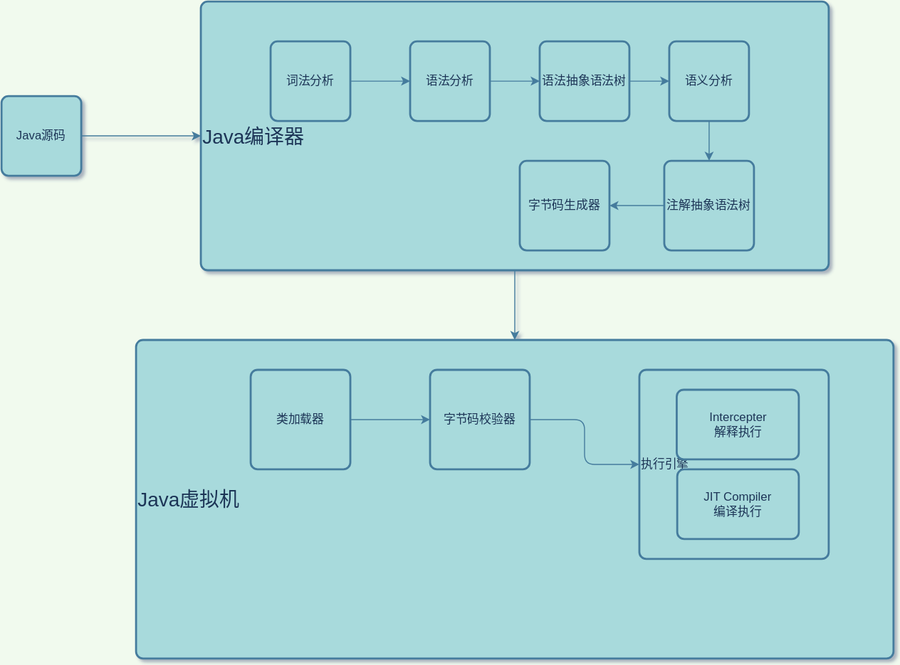
Jinhua-Lee/Learning keeps this draw.io diagram as src/main/resources/Java代码执行流程.svg. Above is the earlier version. Source tidied: cells renumbered, new cells last; positions are measured from the earlier drawing's top-left corner, leaving out a move shared by most shapes. Its diagram source:
```xml
<mxGraphModel background="#F1FAEE" shadow="1">
  <root>
    <mxCell id="0" />
    <mxCell id="1" parent="0" />
    <mxCell id="2" style="edgeStyle=orthogonalEdgeStyle;rounded=1;jettySize=auto;html=1;strokeColor=#457B9D;fontColor=#1D3557;labelBackgroundColor=#F1FAEE;" parent="1" edge="1" source="3" target="6">
      <mxGeometry relative="1" as="geometry" />
    </mxCell>
    <mxCell id="3" value="Java源码" style="rounded=1;whiteSpace=wrap;html=1;absoluteArcSize=1;arcSize=14;strokeWidth=2;fillColor=#A8DADC;strokeColor=#457B9D;fontColor=#1D3557;" parent="1" vertex="1">
      <mxGeometry y="95" width="80" height="80" as="geometry" />
    </mxCell>
    <mxCell id="4" style="edgeStyle=orthogonalEdgeStyle;rounded=1;orthogonalLoop=1;jettySize=auto;html=1;exitX=0.5;exitY=1;exitDx=0;exitDy=0;entryX=0.5;entryY=1;entryDx=0;entryDy=0;entryPerimeter=0;strokeColor=#457B9D;fontColor=#1D3557;labelBackgroundColor=#F1FAEE;" parent="1" edge="1" source="6" target="6">
      <mxGeometry relative="1" as="geometry" />
    </mxCell>
    <mxCell id="5" style="edgeStyle=orthogonalEdgeStyle;rounded=1;jettySize=auto;html=1;exitX=0.5;exitY=1;exitDx=0;exitDy=0;strokeColor=#457B9D;fontColor=#1D3557;labelBackgroundColor=#F1FAEE;" parent="1" edge="1" source="6" target="18">
      <mxGeometry relative="1" as="geometry" />
    </mxCell>
    <mxCell id="6" value="&lt;h4&gt;&lt;span style=&quot;font-size: 20px ; font-weight: normal&quot;&gt;Java编译器&lt;/span&gt;&lt;br&gt;&lt;/h4&gt;" style="rounded=1;whiteSpace=wrap;html=1;absoluteArcSize=1;arcSize=14;strokeWidth=2;align=left;fillColor=#A8DADC;strokeColor=#457B9D;fontColor=#1D3557;" parent="1" vertex="1">
      <mxGeometry x="200" width="630" height="270" as="geometry" />
    </mxCell>
    <mxCell id="7" style="edgeStyle=orthogonalEdgeStyle;rounded=1;jettySize=auto;html=1;exitX=1;exitY=0.5;exitDx=0;exitDy=0;entryX=0;entryY=0.5;entryDx=0;entryDy=0;strokeColor=#457B9D;fontColor=#1D3557;labelBackgroundColor=#F1FAEE;" parent="1" edge="1" source="8" target="10">
      <mxGeometry relative="1" as="geometry" />
    </mxCell>
    <mxCell id="8" value="词法分析" style="rounded=1;whiteSpace=wrap;html=1;absoluteArcSize=1;arcSize=14;strokeWidth=2;fillColor=#A8DADC;strokeColor=#457B9D;fontColor=#1D3557;" parent="1" vertex="1">
      <mxGeometry x="270" y="40" width="80" height="80" as="geometry" />
    </mxCell>
    <mxCell id="9" style="edgeStyle=orthogonalEdgeStyle;rounded=1;jettySize=auto;html=1;strokeColor=#457B9D;fontColor=#1D3557;labelBackgroundColor=#F1FAEE;" parent="1" edge="1" source="10" target="12">
      <mxGeometry relative="1" as="geometry" />
    </mxCell>
    <mxCell id="10" value="语法分析" style="rounded=1;whiteSpace=wrap;html=1;absoluteArcSize=1;arcSize=14;strokeWidth=2;fillColor=#A8DADC;strokeColor=#457B9D;fontColor=#1D3557;" parent="1" vertex="1">
      <mxGeometry x="410" y="40" width="80" height="80" as="geometry" />
    </mxCell>
    <mxCell id="11" style="edgeStyle=orthogonalEdgeStyle;rounded=1;jettySize=auto;html=1;strokeColor=#457B9D;fontColor=#1D3557;labelBackgroundColor=#F1FAEE;" parent="1" edge="1" source="12" target="14">
      <mxGeometry relative="1" as="geometry" />
    </mxCell>
    <mxCell id="12" value="语法抽象语法树" style="rounded=1;whiteSpace=wrap;html=1;absoluteArcSize=1;arcSize=14;strokeWidth=2;fillColor=#A8DADC;strokeColor=#457B9D;fontColor=#1D3557;" parent="1" vertex="1">
      <mxGeometry x="540" y="40" width="90" height="80" as="geometry" />
    </mxCell>
    <mxCell id="13" style="edgeStyle=orthogonalEdgeStyle;rounded=1;jettySize=auto;html=1;exitX=0.5;exitY=1;exitDx=0;exitDy=0;strokeColor=#457B9D;fontColor=#1D3557;labelBackgroundColor=#F1FAEE;" parent="1" edge="1" source="14" target="16">
      <mxGeometry relative="1" as="geometry" />
    </mxCell>
    <mxCell id="14" value="语义分析" style="rounded=1;whiteSpace=wrap;html=1;absoluteArcSize=1;arcSize=14;strokeWidth=2;fillColor=#A8DADC;strokeColor=#457B9D;fontColor=#1D3557;" parent="1" vertex="1">
      <mxGeometry x="670" y="40" width="80" height="80" as="geometry" />
    </mxCell>
    <mxCell id="15" style="edgeStyle=orthogonalEdgeStyle;rounded=1;jettySize=auto;html=1;exitX=0;exitY=0.5;exitDx=0;exitDy=0;entryX=1;entryY=0.5;entryDx=0;entryDy=0;strokeColor=#457B9D;fontColor=#1D3557;labelBackgroundColor=#F1FAEE;" parent="1" edge="1" source="16" target="17">
      <mxGeometry relative="1" as="geometry" />
    </mxCell>
    <mxCell id="16" value="注解抽象语法树" style="rounded=1;whiteSpace=wrap;html=1;absoluteArcSize=1;arcSize=14;strokeWidth=2;fillColor=#A8DADC;strokeColor=#457B9D;fontColor=#1D3557;" parent="1" vertex="1">
      <mxGeometry x="665" y="160" width="90" height="90" as="geometry" />
    </mxCell>
    <mxCell id="17" value="字节码生成器" style="rounded=1;whiteSpace=wrap;html=1;absoluteArcSize=1;arcSize=14;strokeWidth=2;fillColor=#A8DADC;strokeColor=#457B9D;fontColor=#1D3557;" parent="1" vertex="1">
      <mxGeometry x="520" y="160" width="90" height="90" as="geometry" />
    </mxCell>
    <mxCell id="18" value="&lt;font style=&quot;font-size: 20px&quot;&gt;Java虚拟机&lt;/font&gt;" style="rounded=1;whiteSpace=wrap;html=1;absoluteArcSize=1;arcSize=14;strokeWidth=2;align=left;fillColor=#A8DADC;strokeColor=#457B9D;fontColor=#1D3557;" parent="1" vertex="1">
      <mxGeometry x="135" y="340" width="760" height="320" as="geometry" />
    </mxCell>
    <mxCell id="19" style="edgeStyle=orthogonalEdgeStyle;rounded=1;jettySize=auto;html=1;exitX=1;exitY=0.5;exitDx=0;exitDy=0;entryX=0;entryY=0.5;entryDx=0;entryDy=0;strokeColor=#457B9D;fontColor=#1D3557;labelBackgroundColor=#F1FAEE;" parent="1" edge="1" source="20" target="22">
      <mxGeometry relative="1" as="geometry" />
    </mxCell>
    <mxCell id="20" value="类加载器" style="rounded=1;whiteSpace=wrap;html=1;absoluteArcSize=1;arcSize=14;strokeWidth=2;fillColor=#A8DADC;strokeColor=#457B9D;fontColor=#1D3557;" parent="1" vertex="1">
      <mxGeometry x="250" y="370" width="100" height="100" as="geometry" />
    </mxCell>
    <mxCell id="21" style="edgeStyle=orthogonalEdgeStyle;rounded=1;jettySize=auto;html=1;exitX=1;exitY=0.5;exitDx=0;exitDy=0;strokeColor=#457B9D;fontColor=#1D3557;labelBackgroundColor=#F1FAEE;" parent="1" edge="1" source="22" target="23">
      <mxGeometry relative="1" as="geometry" />
    </mxCell>
    <mxCell id="22" value="字节码校验器" style="rounded=1;whiteSpace=wrap;html=1;absoluteArcSize=1;arcSize=14;strokeWidth=2;fillColor=#A8DADC;strokeColor=#457B9D;fontColor=#1D3557;" parent="1" vertex="1">
      <mxGeometry x="430" y="370" width="100" height="100" as="geometry" />
    </mxCell>
    <mxCell id="23" value="执行引擎" style="rounded=1;whiteSpace=wrap;html=1;absoluteArcSize=1;arcSize=14;strokeWidth=2;fillColor=#A8DADC;strokeColor=#457B9D;fontColor=#1D3557;align=left;" parent="1" vertex="1">
      <mxGeometry x="640" y="370" width="190" height="190" as="geometry" />
    </mxCell>
    <mxCell id="24" value="Intercepter&lt;br&gt;解释执行" style="rounded=1;whiteSpace=wrap;html=1;absoluteArcSize=1;arcSize=14;strokeWidth=2;fillColor=#A8DADC;strokeColor=#457B9D;fontColor=#1D3557;" parent="1" vertex="1">
      <mxGeometry x="677.5" y="390" width="122.5" height="70" as="geometry" />
    </mxCell>
    <mxCell id="25" value="JIT Compiler&lt;br&gt;编译执行" style="rounded=1;whiteSpace=wrap;html=1;absoluteArcSize=1;arcSize=14;strokeWidth=2;fillColor=#A8DADC;strokeColor=#457B9D;fontColor=#1D3557;" parent="1" vertex="1">
      <mxGeometry x="678" y="470" width="122" height="70" as="geometry" />
    </mxCell>
  </root>
</mxGraphModel>
```
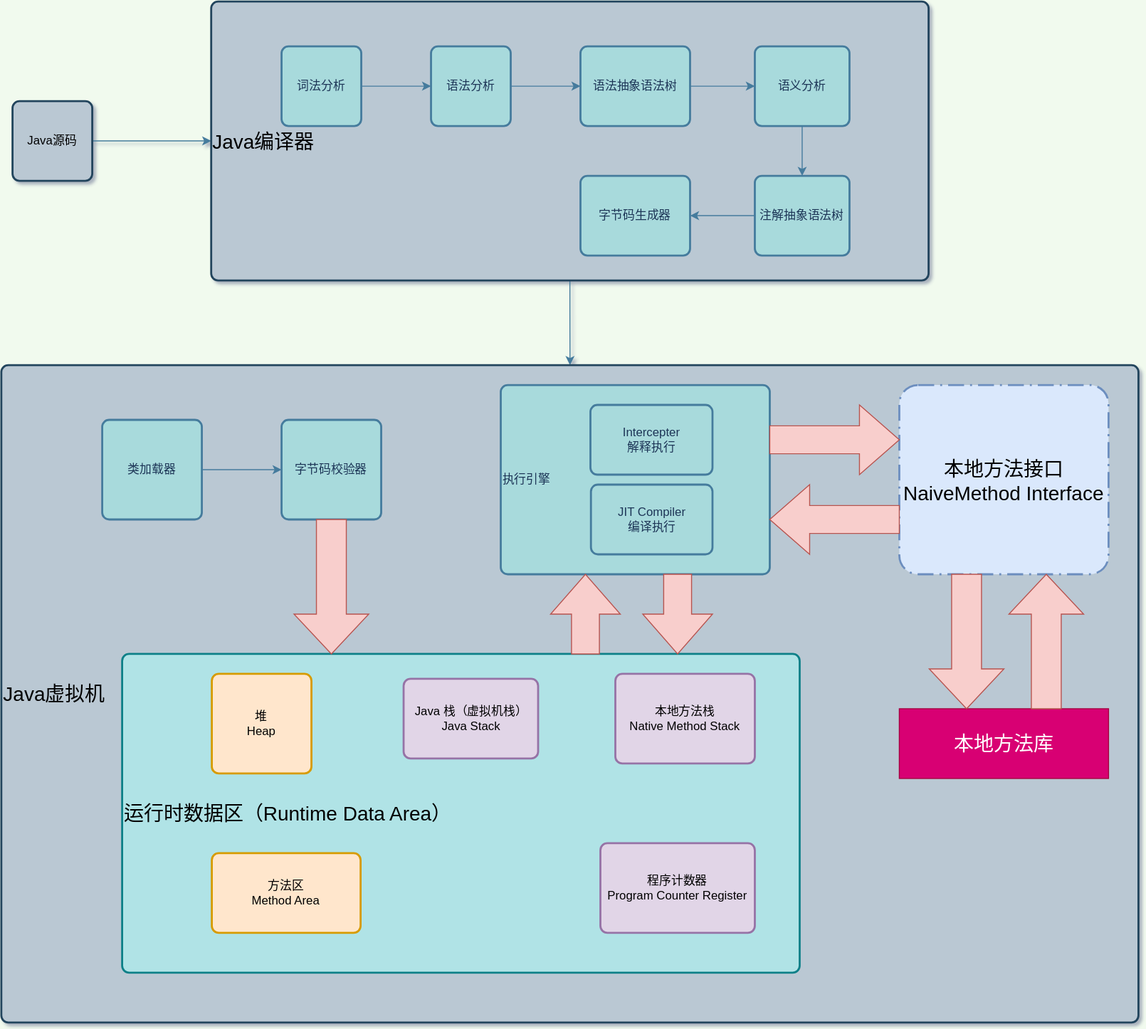
After the commit.

Commit message:
增加运行时数据区的描述；

The edit, as a diff of the source:
```diff
@@ -5,8 +5,8 @@
     <mxCell id="2" style="edgeStyle=orthogonalEdgeStyle;rounded=1;jettySize=auto;html=1;strokeColor=#457B9D;fontColor=#1D3557;labelBackgroundColor=#F1FAEE;" parent="1" edge="1" source="3" target="6">
       <mxGeometry relative="1" as="geometry" />
     </mxCell>
-    <mxCell id="3" value="Java源码" style="rounded=1;whiteSpace=wrap;html=1;absoluteArcSize=1;arcSize=14;strokeWidth=2;fillColor=#A8DADC;strokeColor=#457B9D;fontColor=#1D3557;" parent="1" vertex="1">
-      <mxGeometry y="95" width="80" height="80" as="geometry" />
+    <mxCell id="3" value="Java源码" style="rounded=1;whiteSpace=wrap;html=1;absoluteArcSize=1;arcSize=14;strokeWidth=2;fillColor=#bac8d3;strokeColor=#23445d;" parent="1" vertex="1">
+      <mxGeometry x="-1400" y="-595" width="80" height="80" as="geometry" />
     </mxCell>
     <mxCell id="4" style="edgeStyle=orthogonalEdgeStyle;rounded=1;orthogonalLoop=1;jettySize=auto;html=1;exitX=0.5;exitY=1;exitDx=0;exitDy=0;entryX=0.5;entryY=1;entryDx=0;entryDy=0;entryPerimeter=0;strokeColor=#457B9D;fontColor=#1D3557;labelBackgroundColor=#F1FAEE;" parent="1" edge="1" source="6" target="6">
       <mxGeometry relative="1" as="geometry" />
@@ -14,65 +14,107 @@
     <mxCell id="5" style="edgeStyle=orthogonalEdgeStyle;rounded=1;jettySize=auto;html=1;exitX=0.5;exitY=1;exitDx=0;exitDy=0;strokeColor=#457B9D;fontColor=#1D3557;labelBackgroundColor=#F1FAEE;" parent="1" edge="1" source="6" target="18">
       <mxGeometry relative="1" as="geometry" />
     </mxCell>
-    <mxCell id="6" value="&lt;h4&gt;&lt;span style=&quot;font-size: 20px ; font-weight: normal&quot;&gt;Java编译器&lt;/span&gt;&lt;br&gt;&lt;/h4&gt;" style="rounded=1;whiteSpace=wrap;html=1;absoluteArcSize=1;arcSize=14;strokeWidth=2;align=left;fillColor=#A8DADC;strokeColor=#457B9D;fontColor=#1D3557;" parent="1" vertex="1">
-      <mxGeometry x="200" width="630" height="270" as="geometry" />
+    <mxCell id="6" value="&lt;h4&gt;&lt;span style=&quot;font-size: 20px ; font-weight: normal&quot;&gt;Java编译器&lt;/span&gt;&lt;br&gt;&lt;/h4&gt;" style="rounded=1;whiteSpace=wrap;html=1;absoluteArcSize=1;arcSize=14;strokeWidth=2;align=left;fillColor=#bac8d3;strokeColor=#23445d;" parent="1" vertex="1">
+      <mxGeometry x="-1200.6" y="-695" width="720" height="280" as="geometry" />
     </mxCell>
     <mxCell id="7" style="edgeStyle=orthogonalEdgeStyle;rounded=1;jettySize=auto;html=1;exitX=1;exitY=0.5;exitDx=0;exitDy=0;entryX=0;entryY=0.5;entryDx=0;entryDy=0;strokeColor=#457B9D;fontColor=#1D3557;labelBackgroundColor=#F1FAEE;" parent="1" edge="1" source="8" target="10">
       <mxGeometry relative="1" as="geometry" />
     </mxCell>
     <mxCell id="8" value="词法分析" style="rounded=1;whiteSpace=wrap;html=1;absoluteArcSize=1;arcSize=14;strokeWidth=2;fillColor=#A8DADC;strokeColor=#457B9D;fontColor=#1D3557;" parent="1" vertex="1">
-      <mxGeometry x="270" y="40" width="80" height="80" as="geometry" />
+      <mxGeometry x="-1130" y="-650" width="80" height="80" as="geometry" />
     </mxCell>
     <mxCell id="9" style="edgeStyle=orthogonalEdgeStyle;rounded=1;jettySize=auto;html=1;strokeColor=#457B9D;fontColor=#1D3557;labelBackgroundColor=#F1FAEE;" parent="1" edge="1" source="10" target="12">
       <mxGeometry relative="1" as="geometry" />
     </mxCell>
     <mxCell id="10" value="语法分析" style="rounded=1;whiteSpace=wrap;html=1;absoluteArcSize=1;arcSize=14;strokeWidth=2;fillColor=#A8DADC;strokeColor=#457B9D;fontColor=#1D3557;" parent="1" vertex="1">
-      <mxGeometry x="410" y="40" width="80" height="80" as="geometry" />
+      <mxGeometry x="-980" y="-650" width="80" height="80" as="geometry" />
     </mxCell>
     <mxCell id="11" style="edgeStyle=orthogonalEdgeStyle;rounded=1;jettySize=auto;html=1;strokeColor=#457B9D;fontColor=#1D3557;labelBackgroundColor=#F1FAEE;" parent="1" edge="1" source="12" target="14">
       <mxGeometry relative="1" as="geometry" />
     </mxCell>
     <mxCell id="12" value="语法抽象语法树" style="rounded=1;whiteSpace=wrap;html=1;absoluteArcSize=1;arcSize=14;strokeWidth=2;fillColor=#A8DADC;strokeColor=#457B9D;fontColor=#1D3557;" parent="1" vertex="1">
-      <mxGeometry x="540" y="40" width="90" height="80" as="geometry" />
+      <mxGeometry x="-830" y="-650" width="110" height="80" as="geometry" />
     </mxCell>
     <mxCell id="13" style="edgeStyle=orthogonalEdgeStyle;rounded=1;jettySize=auto;html=1;exitX=0.5;exitY=1;exitDx=0;exitDy=0;strokeColor=#457B9D;fontColor=#1D3557;labelBackgroundColor=#F1FAEE;" parent="1" edge="1" source="14" target="16">
       <mxGeometry relative="1" as="geometry" />
     </mxCell>
     <mxCell id="14" value="语义分析" style="rounded=1;whiteSpace=wrap;html=1;absoluteArcSize=1;arcSize=14;strokeWidth=2;fillColor=#A8DADC;strokeColor=#457B9D;fontColor=#1D3557;" parent="1" vertex="1">
-      <mxGeometry x="670" y="40" width="80" height="80" as="geometry" />
+      <mxGeometry x="-655" y="-650" width="95" height="80" as="geometry" />
     </mxCell>
     <mxCell id="15" style="edgeStyle=orthogonalEdgeStyle;rounded=1;jettySize=auto;html=1;exitX=0;exitY=0.5;exitDx=0;exitDy=0;entryX=1;entryY=0.5;entryDx=0;entryDy=0;strokeColor=#457B9D;fontColor=#1D3557;labelBackgroundColor=#F1FAEE;" parent="1" edge="1" source="16" target="17">
       <mxGeometry relative="1" as="geometry" />
     </mxCell>
     <mxCell id="16" value="注解抽象语法树" style="rounded=1;whiteSpace=wrap;html=1;absoluteArcSize=1;arcSize=14;strokeWidth=2;fillColor=#A8DADC;strokeColor=#457B9D;fontColor=#1D3557;" parent="1" vertex="1">
-      <mxGeometry x="665" y="160" width="90" height="90" as="geometry" />
+      <mxGeometry x="-655" y="-520" width="95" height="80" as="geometry" />
     </mxCell>
     <mxCell id="17" value="字节码生成器" style="rounded=1;whiteSpace=wrap;html=1;absoluteArcSize=1;arcSize=14;strokeWidth=2;fillColor=#A8DADC;strokeColor=#457B9D;fontColor=#1D3557;" parent="1" vertex="1">
-      <mxGeometry x="520" y="160" width="90" height="90" as="geometry" />
+      <mxGeometry x="-830" y="-520" width="110" height="80" as="geometry" />
     </mxCell>
-    <mxCell id="18" value="&lt;font style=&quot;font-size: 20px&quot;&gt;Java虚拟机&lt;/font&gt;" style="rounded=1;whiteSpace=wrap;html=1;absoluteArcSize=1;arcSize=14;strokeWidth=2;align=left;fillColor=#A8DADC;strokeColor=#457B9D;fontColor=#1D3557;" parent="1" vertex="1">
-      <mxGeometry x="135" y="340" width="760" height="320" as="geometry" />
+    <mxCell id="18" value="&lt;font style=&quot;font-size: 20px&quot;&gt;Java虚拟机&lt;/font&gt;" style="rounded=1;whiteSpace=wrap;html=1;absoluteArcSize=1;arcSize=14;strokeWidth=2;align=left;fillColor=#bac8d3;strokeColor=#23445d;" parent="1" vertex="1">
+      <mxGeometry x="-1411.2" y="-330" width="1141.2" height="660" as="geometry" />
     </mxCell>
     <mxCell id="19" style="edgeStyle=orthogonalEdgeStyle;rounded=1;jettySize=auto;html=1;exitX=1;exitY=0.5;exitDx=0;exitDy=0;entryX=0;entryY=0.5;entryDx=0;entryDy=0;strokeColor=#457B9D;fontColor=#1D3557;labelBackgroundColor=#F1FAEE;" parent="1" edge="1" source="20" target="22">
       <mxGeometry relative="1" as="geometry" />
     </mxCell>
     <mxCell id="20" value="类加载器" style="rounded=1;whiteSpace=wrap;html=1;absoluteArcSize=1;arcSize=14;strokeWidth=2;fillColor=#A8DADC;strokeColor=#457B9D;fontColor=#1D3557;" parent="1" vertex="1">
-      <mxGeometry x="250" y="370" width="100" height="100" as="geometry" />
+      <mxGeometry x="-1310" y="-275" width="100" height="100" as="geometry" />
     </mxCell>
-    <mxCell id="21" style="edgeStyle=orthogonalEdgeStyle;rounded=1;jettySize=auto;html=1;exitX=1;exitY=0.5;exitDx=0;exitDy=0;strokeColor=#457B9D;fontColor=#1D3557;labelBackgroundColor=#F1FAEE;" parent="1" edge="1" source="22" target="23">
-      <mxGeometry relative="1" as="geometry" />
-    </mxCell>
     <mxCell id="22" value="字节码校验器" style="rounded=1;whiteSpace=wrap;html=1;absoluteArcSize=1;arcSize=14;strokeWidth=2;fillColor=#A8DADC;strokeColor=#457B9D;fontColor=#1D3557;" parent="1" vertex="1">
-      <mxGeometry x="430" y="370" width="100" height="100" as="geometry" />
+      <mxGeometry x="-1130" y="-275" width="100" height="100" as="geometry" />
     </mxCell>
     <mxCell id="23" value="执行引擎" style="rounded=1;whiteSpace=wrap;html=1;absoluteArcSize=1;arcSize=14;strokeWidth=2;fillColor=#A8DADC;strokeColor=#457B9D;fontColor=#1D3557;align=left;" parent="1" vertex="1">
-      <mxGeometry x="640" y="370" width="190" height="190" as="geometry" />
+      <mxGeometry x="-910" y="-310" width="270" height="190" as="geometry" />
     </mxCell>
     <mxCell id="24" value="Intercepter&lt;br&gt;解释执行" style="rounded=1;whiteSpace=wrap;html=1;absoluteArcSize=1;arcSize=14;strokeWidth=2;fillColor=#A8DADC;strokeColor=#457B9D;fontColor=#1D3557;" parent="1" vertex="1">
-      <mxGeometry x="677.5" y="390" width="122.5" height="70" as="geometry" />
+      <mxGeometry x="-820" y="-290" width="122.5" height="70" as="geometry" />
     </mxCell>
     <mxCell id="25" value="JIT Compiler&lt;br&gt;编译执行" style="rounded=1;whiteSpace=wrap;html=1;absoluteArcSize=1;arcSize=14;strokeWidth=2;fillColor=#A8DADC;strokeColor=#457B9D;fontColor=#1D3557;" parent="1" vertex="1">
-      <mxGeometry x="678" y="470" width="122" height="70" as="geometry" />
+      <mxGeometry x="-819.5" y="-210" width="122" height="70" as="geometry" />
     </mxCell>
+    <mxCell id="26" value="&lt;font style=&quot;font-size: 20px&quot;&gt;运行时数据区（Runtime Data Area）&lt;/font&gt;" style="rounded=1;whiteSpace=wrap;html=1;absoluteArcSize=1;arcSize=14;strokeWidth=2;fillColor=#b0e3e6;strokeColor=#0e8088;align=left;" parent="1" vertex="1">
+      <mxGeometry x="-1290" y="-40" width="680" height="320" as="geometry" />
+    </mxCell>
+    <mxCell id="27" value="本地方法栈&lt;br&gt;Native Method Stack" style="rounded=1;whiteSpace=wrap;html=1;absoluteArcSize=1;arcSize=14;strokeWidth=2;sketch=0;fillColor=#e1d5e7;strokeColor=#9673a6;" parent="1" vertex="1">
+      <mxGeometry x="-795" y="-20" width="140" height="90" as="geometry" />
+    </mxCell>
+    <mxCell id="28" value="程序计数器&lt;br&gt;Program Counter Register" style="rounded=1;whiteSpace=wrap;html=1;absoluteArcSize=1;arcSize=14;strokeWidth=2;sketch=0;fillColor=#e1d5e7;strokeColor=#9673a6;" parent="1" vertex="1">
+      <mxGeometry x="-810" y="150" width="155" height="90" as="geometry" />
+    </mxCell>
+    <mxCell id="29" value="Java 栈（虚拟机栈）&lt;br&gt;Java Stack" style="rounded=1;whiteSpace=wrap;html=1;absoluteArcSize=1;arcSize=14;strokeWidth=2;sketch=0;fillColor=#e1d5e7;strokeColor=#9673a6;" parent="1" vertex="1">
+      <mxGeometry x="-1007.5" y="-15" width="135" height="80" as="geometry" />
+    </mxCell>
+    <mxCell id="30" value="方法区&lt;br&gt;Method Area" style="rounded=1;whiteSpace=wrap;html=1;absoluteArcSize=1;arcSize=14;strokeWidth=2;sketch=0;fillColor=#ffe6cc;strokeColor=#d79b00;" parent="1" vertex="1">
+      <mxGeometry x="-1200" y="160" width="149.3" height="80" as="geometry" />
+    </mxCell>
+    <mxCell id="31" value="堆&lt;br&gt;Heap" style="rounded=1;whiteSpace=wrap;html=1;absoluteArcSize=1;arcSize=14;strokeWidth=2;sketch=0;fillColor=#ffe6cc;strokeColor=#d79b00;" parent="1" vertex="1">
+      <mxGeometry x="-1200" y="-20" width="100" height="100" as="geometry" />
+    </mxCell>
+    <mxCell id="32" style="html=1;shadow=0;dashed=0;align=center;verticalAlign=middle;shape=mxgraph.arrows2.arrow;dy=0.6;dx=40;direction=south;notch=0;rounded=0;sketch=0;strokeColor=#b85450;fillColor=#f8cecc;" parent="1" vertex="1">
+      <mxGeometry x="-1117.5" y="-175" width="75" height="135" as="geometry" />
+    </mxCell>
+    <mxCell id="33" style="html=1;shadow=0;dashed=0;align=center;verticalAlign=middle;shape=mxgraph.arrows2.arrow;dy=0.6;dx=40;direction=north;notch=0;rounded=0;sketch=0;strokeColor=#b85450;fillColor=#f8cecc;" parent="1" vertex="1">
+      <mxGeometry x="-860" y="-120" width="70" height="80" as="geometry" />
+    </mxCell>
+    <mxCell id="34" style="html=1;shadow=0;dashed=0;align=center;verticalAlign=middle;shape=mxgraph.arrows2.arrow;dy=0.6;dx=40;direction=south;notch=0;rounded=0;sketch=0;strokeColor=#b85450;fillColor=#f8cecc;" parent="1" vertex="1">
+      <mxGeometry x="-767.5" y="-120" width="70" height="80" as="geometry" />
+    </mxCell>
+    <mxCell id="35" value="本地方法接口&#10;NaiveMethod Interface" style="rounded=1;arcSize=10;dashed=1;strokeColor=#6c8ebf;fillColor=#dae8fc;dashPattern=8 3 1 3;strokeWidth=2;sketch=0;fontSize=20;" parent="1" vertex="1">
+      <mxGeometry x="-510" y="-310" width="210" height="190" as="geometry" />
+    </mxCell>
+    <mxCell id="36" style="html=1;shadow=0;dashed=0;align=center;verticalAlign=middle;shape=mxgraph.arrows2.arrow;dy=0.6;dx=40;notch=0;rounded=0;sketch=0;strokeColor=#b85450;fillColor=#f8cecc;fontSize=20;" parent="1" vertex="1">
+      <mxGeometry x="-640" y="-290" width="130" height="70" as="geometry" />
+    </mxCell>
+    <mxCell id="37" style="html=1;shadow=0;dashed=0;align=center;verticalAlign=middle;shape=mxgraph.arrows2.arrow;dy=0.6;dx=40;notch=0;rounded=0;sketch=0;strokeColor=#b85450;fillColor=#f8cecc;fontSize=20;direction=west;" parent="1" vertex="1">
+      <mxGeometry x="-640" y="-210" width="130" height="70" as="geometry" />
+    </mxCell>
+    <mxCell id="38" value="本地方法库" style="text;html=1;strokeColor=#A50040;fillColor=#d80073;align=center;verticalAlign=middle;whiteSpace=wrap;rounded=0;sketch=0;fontSize=20;fontColor=#ffffff;" parent="1" vertex="1">
+      <mxGeometry x="-510" y="15" width="210" height="70" as="geometry" />
+    </mxCell>
+    <mxCell id="39" style="html=1;shadow=0;dashed=0;align=center;verticalAlign=middle;shape=mxgraph.arrows2.arrow;dy=0.6;dx=40;direction=south;notch=0;rounded=0;sketch=0;strokeColor=#b85450;fillColor=#f8cecc;" parent="1" vertex="1">
+      <mxGeometry x="-480" y="-120" width="75" height="135" as="geometry" />
+    </mxCell>
+    <mxCell id="40" style="html=1;shadow=0;dashed=0;align=center;verticalAlign=middle;shape=mxgraph.arrows2.arrow;dy=0.6;dx=40;direction=north;notch=0;rounded=0;sketch=0;strokeColor=#b85450;fillColor=#f8cecc;" parent="1" vertex="1">
+      <mxGeometry x="-400" y="-120" width="75" height="135" as="geometry" />
+    </mxCell>
   </root>
 </mxGraphModel>
```
